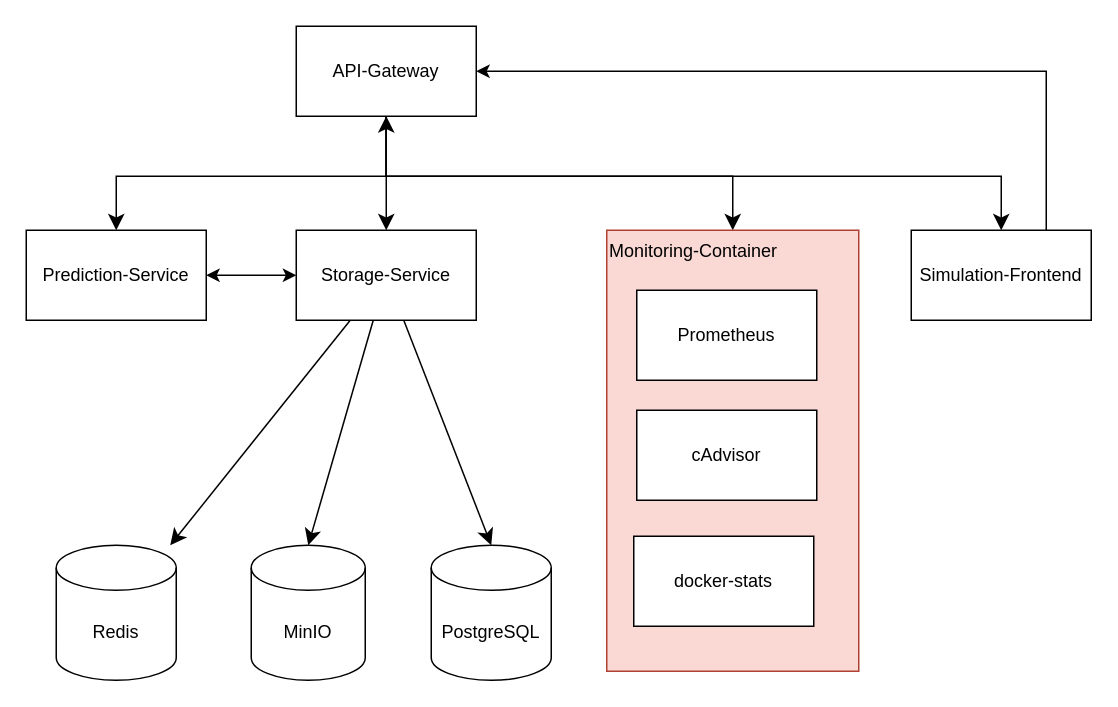
This is page "Architecture_Backend" (1 of 5) of documentation/diagrams/Architecture-diagram.drawio from MarvMa/ARPAS-Services, a draw.io file, before an edit. Source tidied: cells renumbered, new cells numbered last; positions are measured from the earlier drawing's top-left corner, leaving out a move shared by most shapes. Both pictures are drawn from the tidied source at 150%, with x=0, y=0 at pixel (26, 26).
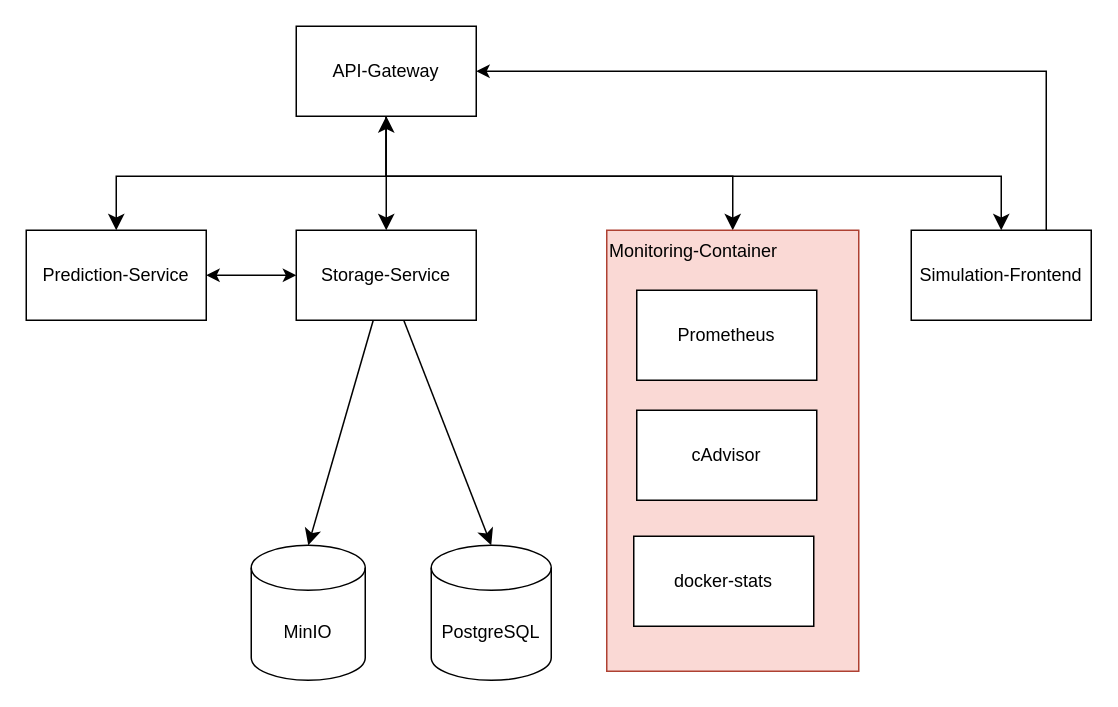
Above is the later version.

Unchanged cells that the change refers to:
```xml
<mxCell id="3" value="Storage-Service" style="rounded=0;whiteSpace=wrap;html=1;labelBackgroundColor=none;" parent="1" vertex="1">
  <mxGeometry x="180" y="136" width="120" height="60" as="geometry" />
</mxCell>
```

The edit, as a diff of the source:
```diff
@@
-    <mxCell id="11" value="Redis" style="shape=cylinder3;whiteSpace=wrap;html=1;boundedLbl=1;backgroundOutline=1;size=15;labelBackgroundColor=none;" parent="1" vertex="1">
-      <mxGeometry x="20" y="346" width="80" height="90" as="geometry" />
-    </mxCell>
@@
-    <mxCell id="14" style="edgeStyle=none;curved=1;rounded=0;jettySize=auto;html=1;fontSize=12;fontColor=#143642;startSize=8;endSize=8;" parent="1" edge="1" source="3" target="11">
-      <mxGeometry relative="1" as="geometry" />
-    </mxCell>
```
